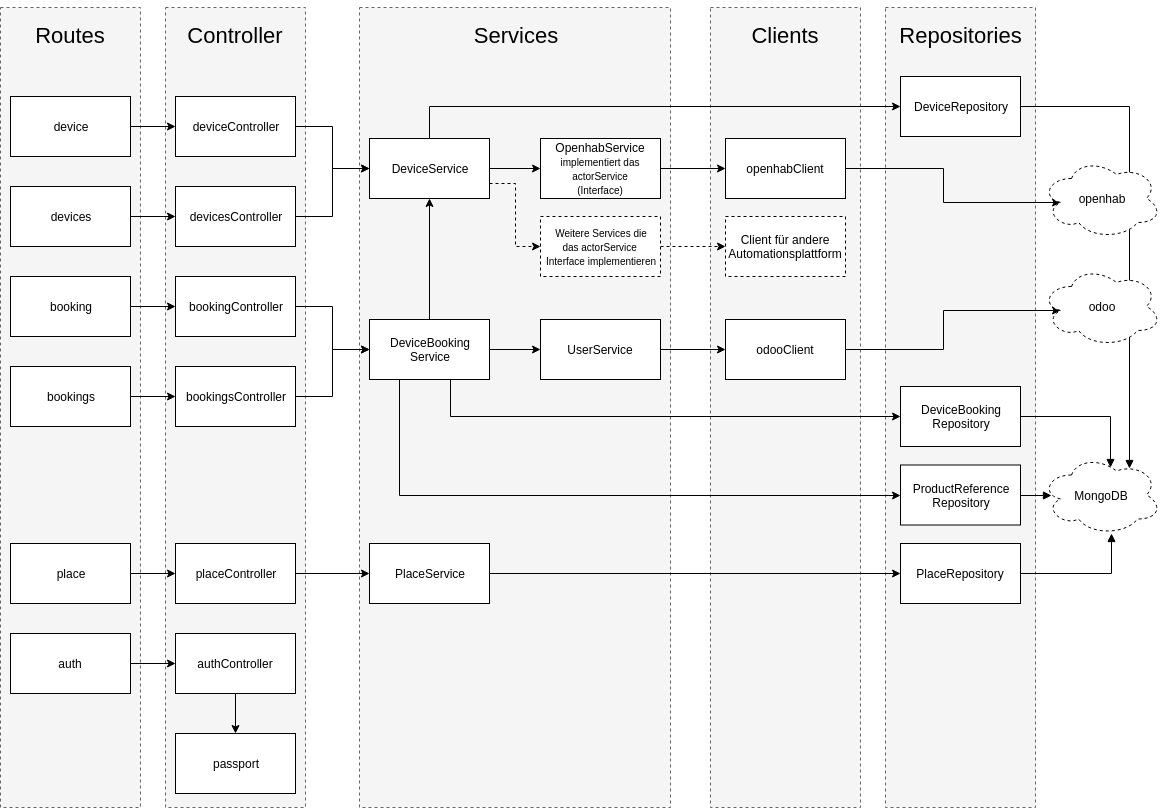
Earlier version of the draw.io export readme/softwareArchitecture.png (faaaaabi/fablab-api-gateway). Source tidied: cells renumbered, new cells last; positions are measured from the earlier drawing's top-left corner, leaving out a move shared by most shapes.
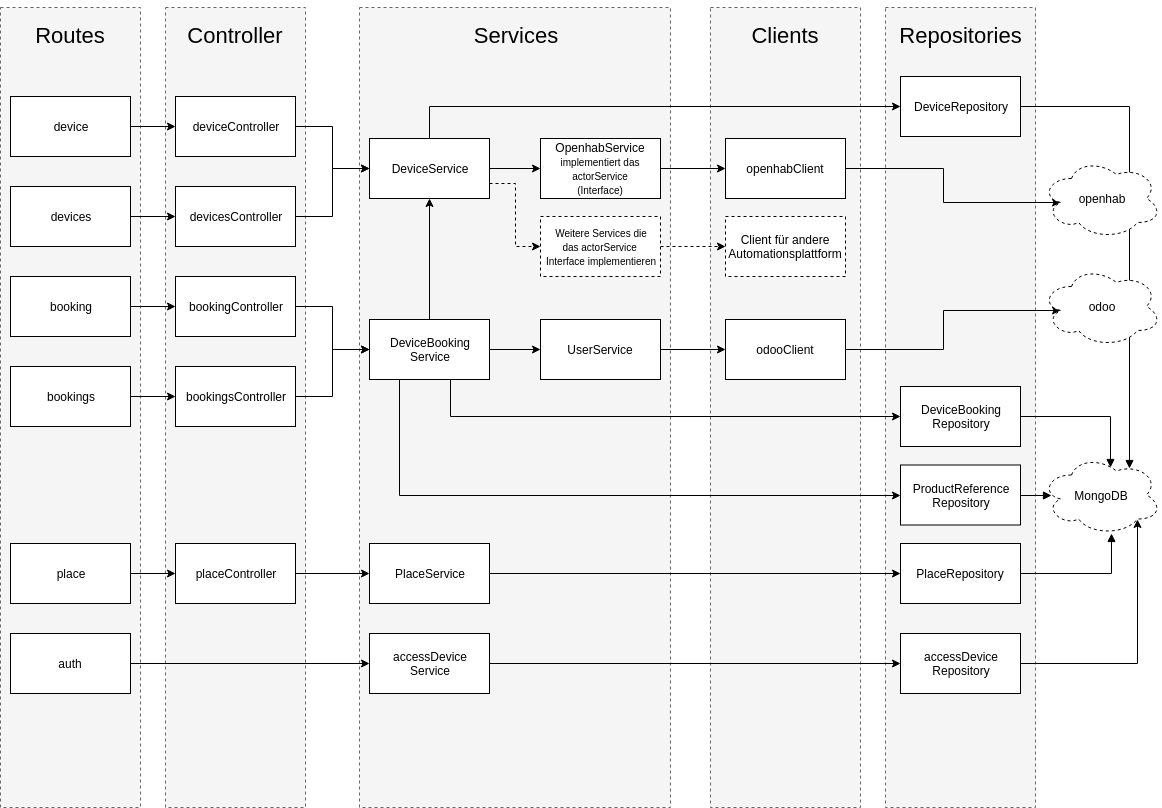
The same file after the commit.

Commit message:
Add recent version of the architecture visualization

The edit, as a diff of the source:
```diff
@@ -62,7 +62,7 @@
     <mxCell id="21" value="place" style="rounded=0;whiteSpace=wrap;html=1;" parent="1" vertex="1">
       <mxGeometry x="10" y="543" width="120" height="60" as="geometry" />
     </mxCell>
-    <mxCell id="22" style="edgeStyle=orthogonalEdgeStyle;rounded=0;jettySize=auto;html=1;exitX=1;exitY=0.5;exitDx=0;exitDy=0;entryX=0;entryY=0.5;entryDx=0;entryDy=0;" parent="1" edge="1" source="23" target="35">
+    <mxCell id="22" style="edgeStyle=orthogonalEdgeStyle;rounded=0;jettySize=auto;html=1;exitX=1;exitY=0.5;exitDx=0;exitDy=0;entryX=0;entryY=0.5;entryDx=0;entryDy=0;" parent="1" edge="1" source="23" target="70">
       <mxGeometry relative="1" as="geometry" />
     </mxCell>
     <mxCell id="23" value="auth" style="rounded=0;whiteSpace=wrap;html=1;" parent="1" vertex="1">
@@ -98,12 +98,6 @@
     <mxCell id="33" value="placeController" style="rounded=0;whiteSpace=wrap;html=1;" parent="1" vertex="1">
       <mxGeometry x="175" y="543" width="120" height="60" as="geometry" />
     </mxCell>
-    <mxCell id="34" style="edgeStyle=orthogonalEdgeStyle;rounded=0;jettySize=auto;html=1;exitX=0.5;exitY=1;exitDx=0;exitDy=0;entryX=0.5;entryY=0;entryDx=0;entryDy=0;" parent="1" edge="1" source="35" target="47">
-      <mxGeometry relative="1" as="geometry" />
-    </mxCell>
-    <mxCell id="35" value="authController" style="rounded=0;whiteSpace=wrap;html=1;" parent="1" vertex="1">
-      <mxGeometry x="175" y="633" width="120" height="60" as="geometry" />
-    </mxCell>
     <mxCell id="36" style="edgeStyle=orthogonalEdgeStyle;rounded=0;jettySize=auto;html=1;exitX=1;exitY=0.5;exitDx=0;exitDy=0;" parent="1" edge="1" source="39" target="49">
       <mxGeometry relative="1" as="geometry" />
     </mxCell>
@@ -142,9 +136,6 @@
     <mxCell id="46" value="PlaceService&lt;br&gt;" style="rounded=0;whiteSpace=wrap;html=1;" parent="1" vertex="1">
       <mxGeometry x="369" y="543" width="120" height="60" as="geometry" />
     </mxCell>
-    <mxCell id="47" value="passport" style="rounded=0;whiteSpace=wrap;html=1;" parent="1" vertex="1">
-      <mxGeometry x="175" y="733" width="120" height="60" as="geometry" />
-    </mxCell>
     <mxCell id="48" style="edgeStyle=orthogonalEdgeStyle;rounded=0;jettySize=auto;html=1;exitX=1;exitY=0.5;exitDx=0;exitDy=0;entryX=0;entryY=0.5;entryDx=0;entryDy=0;" parent="1" edge="1" source="49" target="51">
       <mxGeometry relative="1" as="geometry" />
     </mxCell>
@@ -211,5 +202,19 @@
     <mxCell id="69" value="MongoDB&lt;br&gt;" style="ellipse;shape=cloud;whiteSpace=wrap;html=1;dashed=1;" parent="1" vertex="1">
       <mxGeometry x="1041" y="454.5" width="120" height="80" as="geometry" />
     </mxCell>
+    <mxCell id="70" value="accessDevice&lt;br&gt;Service&lt;br&gt;" style="rounded=0;whiteSpace=wrap;html=1;" parent="1" vertex="1">
+      <mxGeometry x="369" y="633" width="120" height="60" as="geometry" />
+    </mxCell>
+    <mxCell id="71" style="edgeStyle=orthogonalEdgeStyle;rounded=0;jettySize=auto;html=1;exitX=1;exitY=0.5;exitDx=0;exitDy=0;entryX=0.8;entryY=0.8;entryDx=0;entryDy=0;entryPerimeter=0;" parent="1" edge="1" source="72" target="69">
+      <mxGeometry relative="1" as="geometry" />
+    </mxCell>
+    <mxCell id="72" value="accessDevice&lt;br&gt;Repository&lt;br&gt;" style="rounded=0;whiteSpace=wrap;html=1;" parent="1" vertex="1">
+      <mxGeometry x="900" y="633" width="120" height="60" as="geometry" />
+    </mxCell>
+    <mxCell id="73" style="edgeStyle=orthogonalEdgeStyle;rounded=0;jettySize=auto;html=1;exitX=1;exitY=0.5;exitDx=0;exitDy=0;entryX=0;entryY=0.5;entryDx=0;entryDy=0;" parent="1" edge="1" target="72">
+      <mxGeometry relative="1" as="geometry">
+        <mxPoint x="489" y="663" as="sourcePoint" />
+      </mxGeometry>
+    </mxCell>
   </root>
 </mxGraphModel>
```
